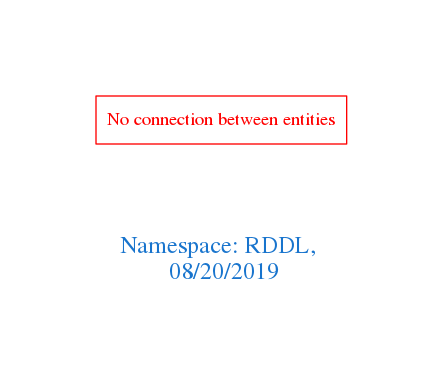
Earlier version of the Graphviz export downloads/RDDL.png (arago/OGIT). Its source is kept beside it as downloads/RDDL.dot.
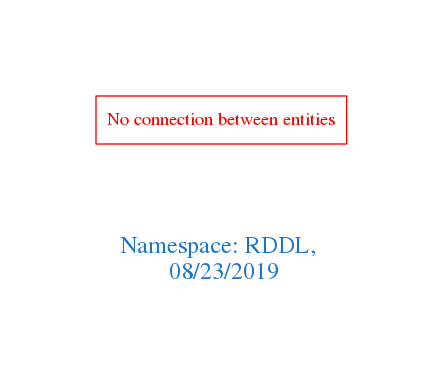
Above is the later version.

Diff of the diagram source:
```diff
@@ -1,7 +1,7 @@
 digraph OGIT_ontology {
  graph [ rankdir= LR,pad=1
 fontsize = 18,
-fontcolor= dodgerblue3,label = "\n\n\nNamespace: RDDL, \n 08/20/2019"];
+fontcolor= dodgerblue3,label = "\n\n\nNamespace: RDDL, \n 08/23/2019"];
 node[shape=polygon];
 edge [  color="gray81"];
 
```
